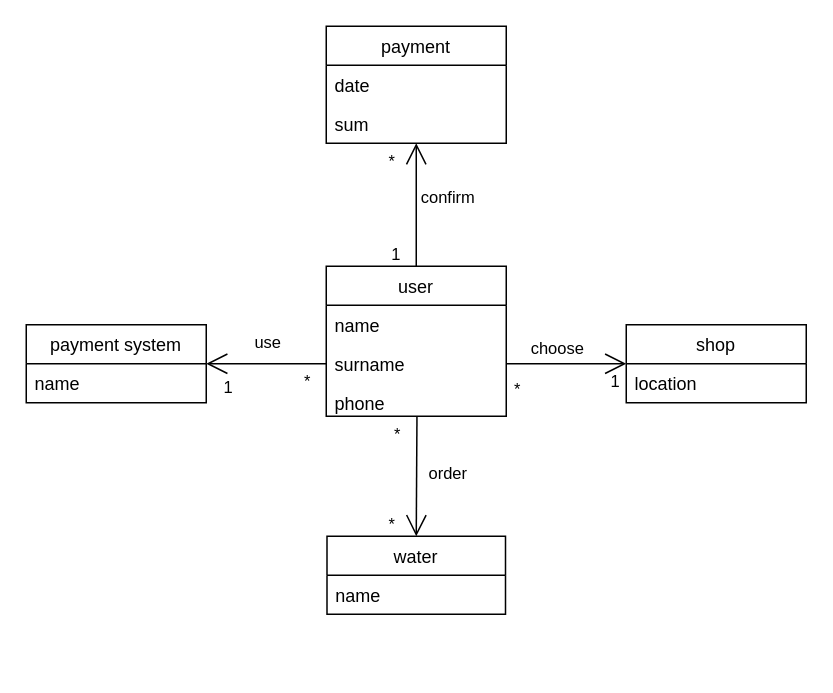
Earlier version of the draw.io diagram 2-SoftwareDesign/2.1-UMLConceptClasses/UML-ConceptClasses.drawio (oleksandrblazhko/ai203-voyakovskij). Source tidied: cells renumbered, new cells numbered last; positions are measured from the earlier drawing's top-left corner, leaving out a move shared by most shapes. Both pictures are drawn from the tidied source at 150%, with x=0, y=0 at pixel (26, 26).
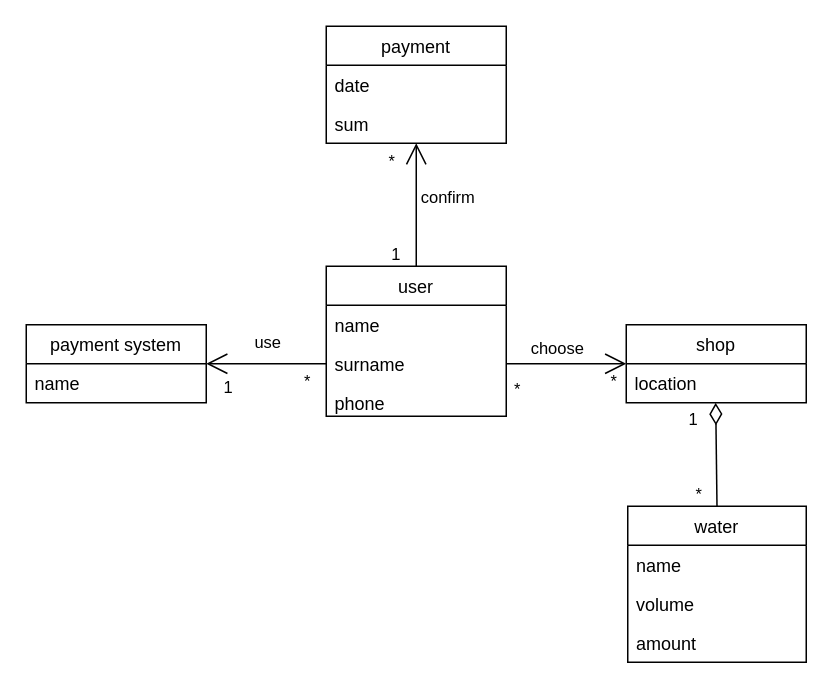
Above is the later version.

The change refers to these unchanged cells:
```xml
<mxCell id="8" value="location" style="text;strokeColor=none;fillColor=none;align=left;verticalAlign=top;spacingLeft=4;spacingRight=4;overflow=hidden;points=[[0,0.5],[1,0.5]];portConstraint=eastwest;" parent="7" vertex="1">
  <mxGeometry y="26" width="120" height="26" as="geometry" />
</mxCell>
<mxCell id="13" style="endArrow=none;html=1;startSize=12;startArrow=open;startFill=0;entryX=1;entryY=0.5;entryDx=0;entryDy=0;exitX=0;exitY=0.5;exitDx=0;exitDy=0;" parent="1" edge="1" source="7" target="17">
  <mxGeometry relative="1" as="geometry" />
</mxCell>
<mxCell id="18" value="phone" style="text;strokeColor=none;fillColor=none;align=left;verticalAlign=top;spacingLeft=4;spacingRight=4;overflow=hidden;points=[[0,0.5],[1,0.5]];portConstraint=eastwest;" parent="1" vertex="1">
  <mxGeometry x="200" y="238" width="120" height="22" as="geometry" />
</mxCell>
```

Diff of the diagram source:
```diff
@@
     <mxCell id="9" value="water" style="swimlane;fontStyle=0;horizontal=1;startSize=26;fillColor=none;" parent="1" vertex="1">
-      <mxGeometry x="200.5" y="340" width="119" height="52" as="geometry" />
+      <mxGeometry x="401" y="320" width="119" height="104" as="geometry" />
     </mxCell>
@@
+    <mxCell id="31" value="volume" style="text;strokeColor=none;fillColor=none;align=left;verticalAlign=top;spacingLeft=4;spacingRight=4;overflow=hidden;" parent="9" vertex="1">
+      <mxGeometry y="52" width="119" height="26" as="geometry" />
+    </mxCell>
+    <mxCell id="32" value="amount" style="text;strokeColor=none;fillColor=none;align=left;verticalAlign=top;spacingLeft=4;spacingRight=4;overflow=hidden;" parent="9" vertex="1">
+      <mxGeometry y="78" width="119" height="26" as="geometry" />
+    </mxCell>
@@
-    <mxCell id="14" value="1" style="edgeLabel;html=1;align=left;verticalAlign=bottom;" parent="13" vertex="1">
+    <mxCell id="14" value="*" style="edgeLabel;html=1;align=left;verticalAlign=bottom;" parent="13" vertex="1">
       <mxGeometry x="-1" relative="1" as="geometry">
         <mxPoint x="-12" y="20" as="offset" />
       </mxGeometry>
     </mxCell>
@@
-    <mxCell id="19" style="endArrow=none;html=1;startSize=12;startArrow=open;startFill=0;exitX=0.5;exitY=0;exitDx=0;exitDy=0;entryX=0.504;entryY=1;entryDx=0;entryDy=0;entryPerimeter=0;" parent="1" edge="1" source="9" target="18">
+    <mxCell id="19" style="endArrow=none;html=1;startSize=12;startArrow=diamondThin;startFill=0;entryX=0.5;entryY=0;entryDx=0;entryDy=0;exitX=0.497;exitY=1.002;exitDx=0;exitDy=0;exitPerimeter=0;" parent="1" edge="1" source="8" target="9">
       <mxGeometry relative="1" as="geometry" />
     </mxCell>
-    <mxCell id="20" value="*" style="edgeLabel;html=1;align=left;verticalAlign=bottom;" parent="19" vertex="1">
+    <mxCell id="20" value="1" style="edgeLabel;html=1;align=left;verticalAlign=bottom;" parent="19" vertex="1">
       <mxGeometry x="-1" relative="1" as="geometry">
-        <mxPoint x="-20" as="offset" />
+        <mxPoint x="-20" y="19" as="offset" />
       </mxGeometry>
     </mxCell>
     <mxCell id="21" value="*" style="edgeLabel;html=1;align=right;verticalAlign=bottom;" parent="19" vertex="1">
       <mxGeometry x="1" relative="1" as="geometry">
-        <mxPoint x="-10" y="20" as="offset" />
+        <mxPoint x="-10" as="offset" />
       </mxGeometry>
     </mxCell>
-    <mxCell id="22" value="order" style="edgeLabel;html=1;align=center;verticalAlign=middle;" parent="19" vertex="1">
-      <mxGeometry x="0.17" y="2" relative="1" as="geometry">
-        <mxPoint x="22" y="5" as="offset" />
-      </mxGeometry>
-    </mxCell>
```
